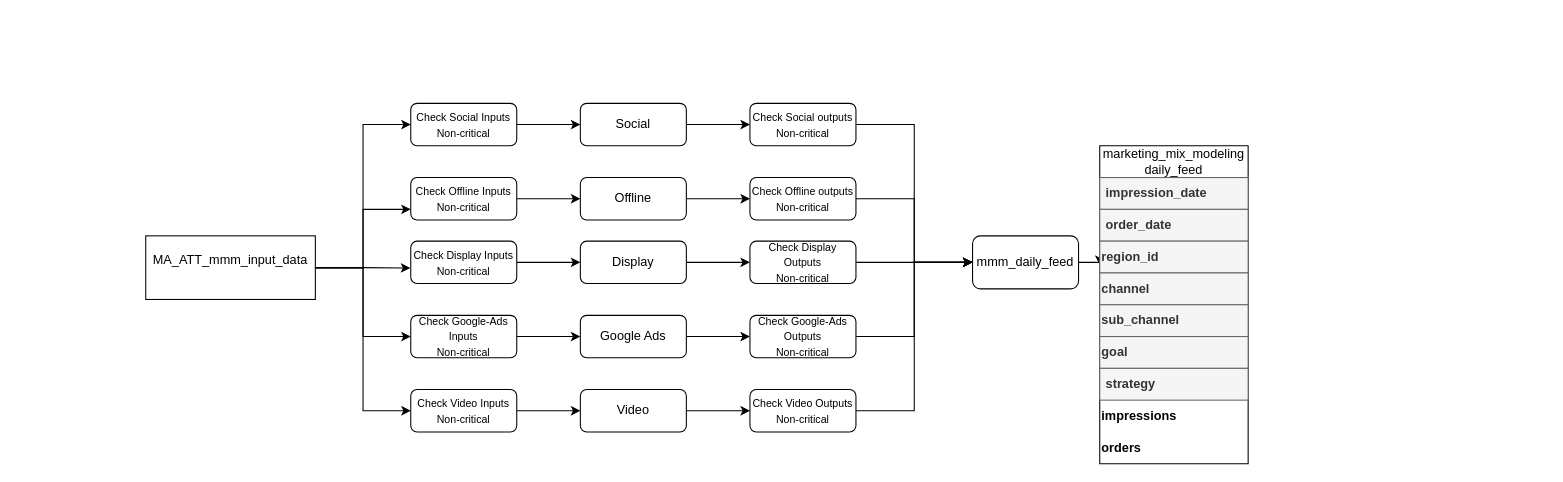
Before: page "Attribution DAG" (6 of 8) of mmm/mmm_dag.drawio in aram-koorn/coolblue-diagrams, a draw.io diagram. Source tidied: cells renumbered, new cells numbered last; positions are measured from the earlier drawing's top-left corner, leaving out a move shared by most shapes. Both pictures are drawn from the tidied source at 106%, with x=0, y=0 at pixel (145, 103).
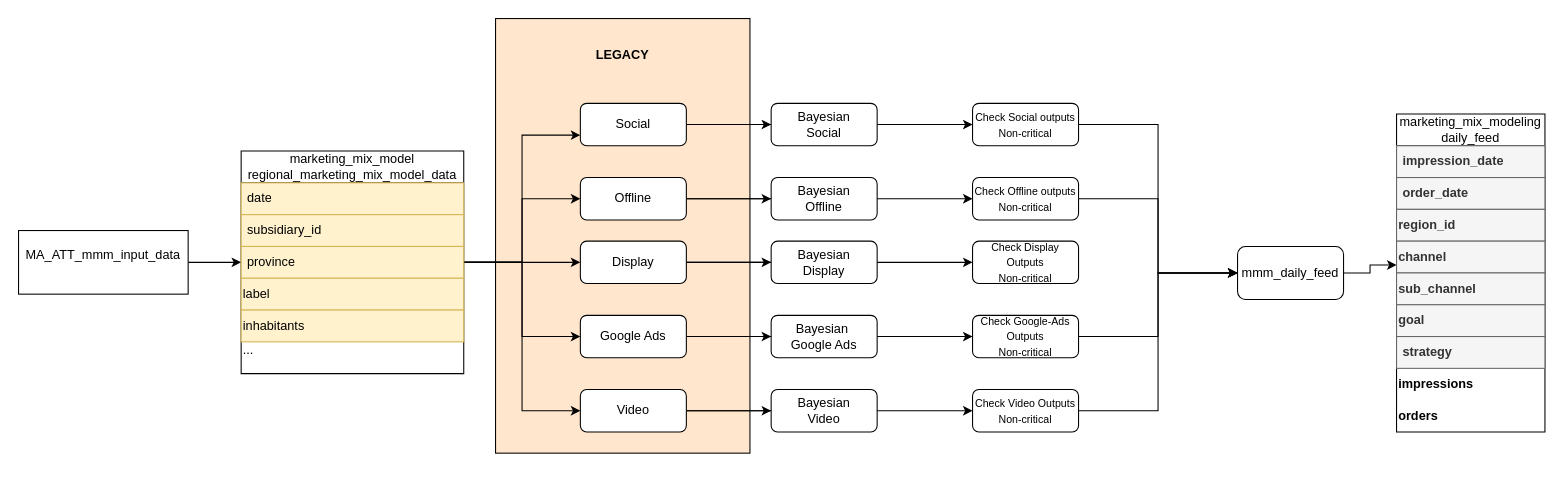
After the change.

The change refers to these unchanged cells:
```xml
<mxCell id="3" value="Social" style="rounded=1;whiteSpace=wrap;html=1;" parent="1" vertex="1">
  <mxGeometry x="410" width="100" height="40" as="geometry" />
</mxCell>
<mxCell id="7" value="Offline" style="rounded=1;whiteSpace=wrap;html=1;" parent="1" vertex="1">
  <mxGeometry x="410" y="70" width="100" height="40" as="geometry" />
</mxCell>
<mxCell id="11" value="Display" style="rounded=1;whiteSpace=wrap;html=1;" parent="1" vertex="1">
  <mxGeometry x="410" y="130" width="100" height="40" as="geometry" />
</mxCell>
<mxCell id="15" value="Google Ads" style="rounded=1;whiteSpace=wrap;html=1;" parent="1" vertex="1">
  <mxGeometry x="410" y="200" width="100" height="40" as="geometry" />
</mxCell>
<mxCell id="19" value="Video" style="rounded=1;whiteSpace=wrap;html=1;" parent="1" vertex="1">
  <mxGeometry x="410" y="270" width="100" height="40" as="geometry" />
</mxCell>
<mxCell id="43" value="region_id" style="text;html=1;align=left;verticalAlign=middle;whiteSpace=wrap;rounded=0;fillColor=#f5f5f5;strokeColor=#666666;fontStyle=1;fontColor=#333333;" parent="40" vertex="1">
  <mxGeometry y="90" width="140" height="30" as="geometry" />
</mxCell>
<mxCell id="44" value="channel" style="text;html=1;align=left;verticalAlign=middle;whiteSpace=wrap;rounded=0;fillColor=#f5f5f5;strokeColor=#666666;fontStyle=1;fontColor=#333333;" parent="40" vertex="1">
  <mxGeometry y="120" width="140" height="30" as="geometry" />
</mxCell>
```

Change to the diagram source:
```diff
@@
+    <mxCell id="50" style="rounded=0;whiteSpace=wrap;html=1;fillColor=#FFE6CC;" parent="1" vertex="1">
+      <mxGeometry x="330" y="-80" width="240" height="410" as="geometry" />
+    </mxCell>
@@
+    <mxCell id="51" style="edgeStyle=orthogonalEdgeStyle;rounded=0;jettySize=auto;html=1;exitX=1;exitY=0.5;exitDx=0;exitDy=0;entryX=0;entryY=0.5;entryDx=0;entryDy=0;" parent="1" edge="1" source="3" target="70">
+      <mxGeometry relative="1" as="geometry" />
+    </mxCell>
@@
-    <mxCell id="4" style="edgeStyle=orthogonalEdgeStyle;rounded=0;jettySize=auto;html=1;exitX=1;exitY=0.5;exitDx=0;exitDy=0;" parent="1" edge="1" source="5" target="3">
-      <mxGeometry relative="1" as="geometry" />
-    </mxCell>
-    <mxCell id="5" value="&lt;font style=&quot;font-size: 10px;&quot;&gt;Check Social Inputs&lt;/font&gt;&lt;div&gt;&lt;font style=&quot;font-size: 10px;&quot;&gt;Non-critical&lt;/font&gt;&lt;/div&gt;" style="rounded=1;whiteSpace=wrap;html=1;" parent="1" vertex="1">
-      <mxGeometry x="250" width="100" height="40" as="geometry" />
-    </mxCell>
@@
+    <mxCell id="52" style="edgeStyle=orthogonalEdgeStyle;rounded=0;jettySize=auto;html=1;exitX=1;exitY=0.5;exitDx=0;exitDy=0;" parent="1" edge="1" source="7">
+      <mxGeometry relative="1" as="geometry">
+        <mxPoint x="590" y="90" as="targetPoint" />
+      </mxGeometry>
+    </mxCell>
@@
-    <mxCell id="8" style="edgeStyle=orthogonalEdgeStyle;rounded=0;jettySize=auto;html=1;exitX=1;exitY=0.5;exitDx=0;exitDy=0;" parent="1" edge="1" source="9" target="7">
-      <mxGeometry relative="1" as="geometry" />
-    </mxCell>
-    <mxCell id="9" value="&lt;font style=&quot;font-size: 10px;&quot;&gt;Check Offline Inputs&lt;/font&gt;&lt;div&gt;&lt;font style=&quot;font-size: 10px;&quot;&gt;Non-critical&lt;/font&gt;&lt;/div&gt;" style="rounded=1;whiteSpace=wrap;html=1;" parent="1" vertex="1">
-      <mxGeometry x="250" y="70" width="100" height="40" as="geometry" />
-    </mxCell>
@@
+    <mxCell id="53" style="edgeStyle=orthogonalEdgeStyle;rounded=0;jettySize=auto;html=1;exitX=1;exitY=0.5;exitDx=0;exitDy=0;entryX=0;entryY=0.5;entryDx=0;entryDy=0;" parent="1" edge="1" source="11" target="72">
+      <mxGeometry relative="1" as="geometry" />
+    </mxCell>
@@
-    <mxCell id="12" style="edgeStyle=orthogonalEdgeStyle;rounded=0;jettySize=auto;html=1;exitX=1;exitY=0.5;exitDx=0;exitDy=0;" parent="1" edge="1" source="13" target="11">
-      <mxGeometry relative="1" as="geometry" />
-    </mxCell>
-    <mxCell id="13" value="&lt;font style=&quot;font-size: 10px;&quot;&gt;Check Display Inputs&lt;/font&gt;&lt;div&gt;&lt;font style=&quot;font-size: 10px;&quot;&gt;Non-critical&lt;/font&gt;&lt;/div&gt;" style="rounded=1;whiteSpace=wrap;html=1;" parent="1" vertex="1">
-      <mxGeometry x="250" y="130" width="100" height="40" as="geometry" />
-    </mxCell>
@@
+    <mxCell id="54" style="edgeStyle=orthogonalEdgeStyle;rounded=0;jettySize=auto;html=1;exitX=1;exitY=0.5;exitDx=0;exitDy=0;entryX=0;entryY=0.5;entryDx=0;entryDy=0;" parent="1" edge="1" source="15" target="73">
+      <mxGeometry relative="1" as="geometry" />
+    </mxCell>
@@
-    <mxCell id="16" style="edgeStyle=orthogonalEdgeStyle;rounded=0;jettySize=auto;html=1;exitX=1;exitY=0.5;exitDx=0;exitDy=0;" parent="1" edge="1" source="17" target="15">
-      <mxGeometry relative="1" as="geometry" />
-    </mxCell>
-    <mxCell id="17" value="&lt;font style=&quot;font-size: 10px;&quot;&gt;Check Google-Ads Inputs&lt;/font&gt;&lt;div&gt;&lt;font style=&quot;font-size: 10px;&quot;&gt;Non-critical&lt;/font&gt;&lt;/div&gt;" style="rounded=1;whiteSpace=wrap;html=1;" parent="1" vertex="1">
-      <mxGeometry x="250" y="200" width="100" height="40" as="geometry" />
-    </mxCell>
@@
+    <mxCell id="55" style="edgeStyle=orthogonalEdgeStyle;rounded=0;jettySize=auto;html=1;exitX=1;exitY=0.5;exitDx=0;exitDy=0;" parent="1" edge="1" source="19" target="74">
+      <mxGeometry relative="1" as="geometry" />
+    </mxCell>
@@
-    <mxCell id="20" style="edgeStyle=orthogonalEdgeStyle;rounded=0;jettySize=auto;html=1;exitX=1;exitY=0.5;exitDx=0;exitDy=0;" parent="1" edge="1" source="21" target="19">
-      <mxGeometry relative="1" as="geometry" />
-    </mxCell>
-    <mxCell id="21" value="&lt;font style=&quot;font-size: 10px;&quot;&gt;Check Video Inputs&lt;/font&gt;&lt;div&gt;&lt;font style=&quot;font-size: 10px;&quot;&gt;Non-critical&lt;/font&gt;&lt;/div&gt;" style="rounded=1;whiteSpace=wrap;html=1;" parent="1" vertex="1">
-      <mxGeometry x="250" y="270" width="100" height="40" as="geometry" />
-    </mxCell>
@@
     <mxCell id="23" value="&lt;font style=&quot;font-size: 10px;&quot;&gt;Check Social outputs&lt;/font&gt;&lt;div&gt;&lt;font style=&quot;font-size: 10px;&quot;&gt;Non-critical&lt;/font&gt;&lt;/div&gt;" style="rounded=1;whiteSpace=wrap;html=1;" parent="1" vertex="1">
-      <mxGeometry x="570" width="100" height="40" as="geometry" />
+      <mxGeometry x="780" width="100" height="40" as="geometry" />
     </mxCell>
@@
     <mxCell id="25" value="&lt;font style=&quot;font-size: 10px;&quot;&gt;Check Offline outputs&lt;/font&gt;&lt;div&gt;&lt;font style=&quot;font-size: 10px;&quot;&gt;Non-critical&lt;/font&gt;&lt;/div&gt;" style="rounded=1;whiteSpace=wrap;html=1;" parent="1" vertex="1">
-      <mxGeometry x="570" y="70" width="100" height="40" as="geometry" />
+      <mxGeometry x="780" y="70" width="100" height="40" as="geometry" />
     </mxCell>
-    <mxCell id="26" style="edgeStyle=orthogonalEdgeStyle;rounded=0;jettySize=auto;html=1;exitX=1;exitY=0.5;exitDx=0;exitDy=0;" parent="1" edge="1" source="27">
-      <mxGeometry relative="1" as="geometry">
-        <mxPoint x="780" y="149.8" as="targetPoint" />
-      </mxGeometry>
-    </mxCell>
     <mxCell id="27" value="&lt;font style=&quot;font-size: 10px;&quot;&gt;Check Display Outputs&lt;/font&gt;&lt;div&gt;&lt;font style=&quot;font-size: 10px;&quot;&gt;Non-critical&lt;/font&gt;&lt;/div&gt;" style="rounded=1;whiteSpace=wrap;html=1;" parent="1" vertex="1">
-      <mxGeometry x="570" y="130" width="100" height="40" as="geometry" />
+      <mxGeometry x="780" y="130" width="100" height="40" as="geometry" />
     </mxCell>
@@
     <mxCell id="29" value="&lt;font style=&quot;font-size: 10px;&quot;&gt;Check Google-Ads Outputs&lt;/font&gt;&lt;div&gt;&lt;font style=&quot;font-size: 10px;&quot;&gt;Non-critical&lt;/font&gt;&lt;/div&gt;" style="rounded=1;whiteSpace=wrap;html=1;" parent="1" vertex="1">
-      <mxGeometry x="570" y="200" width="100" height="40" as="geometry" />
+      <mxGeometry x="780" y="200" width="100" height="40" as="geometry" />
     </mxCell>
@@
     <mxCell id="31" value="&lt;font style=&quot;font-size: 10px;&quot;&gt;Check Video Outputs&lt;/font&gt;&lt;div&gt;&lt;font style=&quot;font-size: 10px;&quot;&gt;Non-critical&lt;/font&gt;&lt;/div&gt;" style="rounded=1;whiteSpace=wrap;html=1;" parent="1" vertex="1">
-      <mxGeometry x="570" y="270" width="100" height="40" as="geometry" />
+      <mxGeometry x="780" y="270" width="100" height="40" as="geometry" />
     </mxCell>
-    <mxCell id="32" style="edgeStyle=orthogonalEdgeStyle;rounded=0;jettySize=auto;html=1;exitX=1;exitY=0.5;exitDx=0;exitDy=0;entryX=0;entryY=0.75;entryDx=0;entryDy=0;" parent="1" edge="1" source="33" target="43">
-      <mxGeometry relative="1" as="geometry" />
-    </mxCell>
+    <mxCell id="56" style="edgeStyle=orthogonalEdgeStyle;rounded=0;jettySize=auto;html=1;exitX=1;exitY=0.5;exitDx=0;exitDy=0;entryX=0;entryY=0.75;entryDx=0;entryDy=0;" parent="1" edge="1" source="33" target="44">
+      <mxGeometry relative="1" as="geometry" />
+    </mxCell>
     <mxCell id="33" value="mmm_daily_feed" style="rounded=1;whiteSpace=wrap;html=1;" parent="1" vertex="1">
-      <mxGeometry x="780" y="125" width="100" height="50" as="geometry" />
+      <mxGeometry x="1030" y="135" width="100" height="50" as="geometry" />
     </mxCell>
-    <mxCell id="34" style="edgeStyle=orthogonalEdgeStyle;rounded=0;jettySize=auto;html=1;entryX=0;entryY=0.5;entryDx=0;entryDy=0;" parent="1" edge="1" source="38" target="5">
-      <mxGeometry relative="1" as="geometry" />
-    </mxCell>
-    <mxCell id="35" style="edgeStyle=orthogonalEdgeStyle;rounded=0;jettySize=auto;html=1;exitX=1;exitY=0.5;exitDx=0;exitDy=0;entryX=0;entryY=0.75;entryDx=0;entryDy=0;" parent="1" edge="1" source="38" target="9">
-      <mxGeometry relative="1" as="geometry" />
-    </mxCell>
-    <mxCell id="36" style="edgeStyle=orthogonalEdgeStyle;rounded=0;jettySize=auto;html=1;entryX=0;entryY=0.5;entryDx=0;entryDy=0;" parent="1" edge="1" source="38" target="17">
-      <mxGeometry relative="1" as="geometry" />
-    </mxCell>
-    <mxCell id="37" style="edgeStyle=orthogonalEdgeStyle;rounded=0;jettySize=auto;html=1;entryX=0;entryY=0.5;entryDx=0;entryDy=0;" parent="1" edge="1" source="38" target="21">
-      <mxGeometry relative="1" as="geometry" />
-    </mxCell>
+    <mxCell id="57" style="edgeStyle=orthogonalEdgeStyle;rounded=0;jettySize=auto;html=1;entryX=0;entryY=0.5;entryDx=0;entryDy=0;" parent="1" edge="1" source="38" target="66">
+      <mxGeometry relative="1" as="geometry" />
+    </mxCell>
     <mxCell id="38" value="MA_ATT_mmm_input_data&lt;div&gt;&lt;br&gt;&lt;/div&gt;" style="rounded=0;whiteSpace=wrap;html=1;" parent="1" vertex="1">
-      <mxGeometry y="125" width="160" height="60" as="geometry" />
+      <mxGeometry x="-120" y="120" width="160" height="60" as="geometry" />
     </mxCell>
-    <mxCell id="39" style="edgeStyle=orthogonalEdgeStyle;rounded=0;jettySize=auto;html=1;entryX=-0.004;entryY=0.634;entryDx=0;entryDy=0;entryPerimeter=0;" parent="1" edge="1" source="38" target="13">
-      <mxGeometry relative="1" as="geometry" />
-    </mxCell>
     <mxCell id="40" value="marketing_mix_modeling&lt;div&gt;daily_feed&lt;/div&gt;" style="swimlane;fontStyle=0;horizontal=1;startSize=30;whiteSpace=wrap;html=1;" parent="1" vertex="1">
-      <mxGeometry x="900" y="40" width="140" height="300" as="geometry" />
+      <mxGeometry x="1180" y="10" width="140" height="300" as="geometry" />
     </mxCell>
@@
+    <mxCell id="58" style="edgeStyle=orthogonalEdgeStyle;rounded=0;jettySize=auto;html=1;exitX=1;exitY=0.5;exitDx=0;exitDy=0;entryX=0;entryY=0.75;entryDx=0;entryDy=0;" parent="1" edge="1" source="63" target="3">
+      <mxGeometry relative="1" as="geometry" />
+    </mxCell>
+    <mxCell id="59" style="edgeStyle=orthogonalEdgeStyle;rounded=0;jettySize=auto;html=1;exitX=1;exitY=0.5;exitDx=0;exitDy=0;" parent="1" edge="1" source="63" target="7">
+      <mxGeometry relative="1" as="geometry" />
+    </mxCell>
+    <mxCell id="60" style="edgeStyle=orthogonalEdgeStyle;rounded=0;jettySize=auto;html=1;exitX=1;exitY=0.5;exitDx=0;exitDy=0;" parent="1" edge="1" source="63" target="11">
+      <mxGeometry relative="1" as="geometry" />
+    </mxCell>
+    <mxCell id="61" style="edgeStyle=orthogonalEdgeStyle;rounded=0;jettySize=auto;html=1;exitX=1;exitY=0.5;exitDx=0;exitDy=0;entryX=0;entryY=0.5;entryDx=0;entryDy=0;" parent="1" edge="1" source="63" target="15">
+      <mxGeometry relative="1" as="geometry" />
+    </mxCell>
+    <mxCell id="62" style="edgeStyle=orthogonalEdgeStyle;rounded=0;jettySize=auto;html=1;exitX=1;exitY=0.5;exitDx=0;exitDy=0;entryX=0;entryY=0.5;entryDx=0;entryDy=0;" parent="1" edge="1" source="63" target="19">
+      <mxGeometry relative="1" as="geometry" />
+    </mxCell>
+    <mxCell id="63" value="marketing_mix_model&lt;div&gt;regional_marketing_mix_model_data&lt;/div&gt;" style="swimlane;fontStyle=0;horizontal=1;startSize=30;whiteSpace=wrap;html=1;" parent="1" vertex="1">
+      <mxGeometry x="90" y="45" width="210" height="210" as="geometry" />
+    </mxCell>
+    <mxCell id="64" value="date" style="text;strokeColor=#d6b656;fillColor=#fff2cc;align=left;verticalAlign=middle;spacingLeft=4;spacingRight=4;overflow=hidden;whiteSpace=wrap;html=1;" parent="63" vertex="1">
+      <mxGeometry y="30" width="210" height="30" as="geometry" />
+    </mxCell>
+    <mxCell id="65" value="subsidiary_id" style="text;strokeColor=#d6b656;fillColor=#fff2cc;align=left;verticalAlign=middle;spacingLeft=4;spacingRight=4;overflow=hidden;whiteSpace=wrap;html=1;" parent="63" vertex="1">
+      <mxGeometry y="60" width="210" height="30" as="geometry" />
+    </mxCell>
+    <mxCell id="66" value="province" style="text;strokeColor=#d6b656;fillColor=#fff2cc;align=left;verticalAlign=middle;spacingLeft=4;spacingRight=4;overflow=hidden;points=[[0,0.5],[1,0.5]];portConstraint=eastwest;whiteSpace=wrap;html=1;" parent="63" vertex="1">
+      <mxGeometry y="90" width="210" height="30" as="geometry" />
+    </mxCell>
+    <mxCell id="67" value="label" style="text;html=1;align=left;verticalAlign=middle;whiteSpace=wrap;rounded=0;fillColor=#fff2cc;strokeColor=#d6b656;" parent="63" vertex="1">
+      <mxGeometry y="120" width="210" height="30" as="geometry" />
+    </mxCell>
+    <mxCell id="68" value="inhabitants" style="text;html=1;align=left;verticalAlign=middle;whiteSpace=wrap;rounded=0;fillColor=#fff2cc;strokeColor=#d6b656;" parent="63" vertex="1">
+      <mxGeometry y="150" width="210" height="30" as="geometry" />
+    </mxCell>
+    <mxCell id="69" value="...&lt;div&gt;&lt;br&gt;&lt;/div&gt;" style="text;html=1;align=left;verticalAlign=middle;whiteSpace=wrap;rounded=0;" parent="63" vertex="1">
+      <mxGeometry y="180" width="210" height="30" as="geometry" />
+    </mxCell>
+    <mxCell id="70" value="&lt;div&gt;Bayesian&lt;/div&gt;&lt;div&gt;Social&lt;/div&gt;" style="rounded=1;whiteSpace=wrap;html=1;" parent="1" vertex="1">
+      <mxGeometry x="590" width="100" height="40" as="geometry" />
+    </mxCell>
+    <mxCell id="71" value="&lt;font style=&quot;font-size: 12px;&quot;&gt;Bayesian&lt;/font&gt;&lt;div&gt;&lt;font style=&quot;font-size: 12px;&quot;&gt;Offline&lt;/font&gt;&lt;/div&gt;" style="rounded=1;whiteSpace=wrap;html=1;" parent="1" vertex="1">
+      <mxGeometry x="590" y="70" width="100" height="40" as="geometry" />
+    </mxCell>
+    <mxCell id="72" value="&lt;font style=&quot;font-size: 12px;&quot;&gt;Bayesian&lt;/font&gt;&lt;div&gt;&lt;font style=&quot;font-size: 12px;&quot;&gt;Display&lt;/font&gt;&lt;/div&gt;" style="rounded=1;whiteSpace=wrap;html=1;" parent="1" vertex="1">
+      <mxGeometry x="590" y="130" width="100" height="40" as="geometry" />
+    </mxCell>
+    <mxCell id="73" value="&lt;font style=&quot;font-size: 12px;&quot;&gt;Bayesian&amp;nbsp;&lt;/font&gt;&lt;div&gt;&lt;font style=&quot;font-size: 12px;&quot;&gt;Google Ads&lt;/font&gt;&lt;/div&gt;" style="rounded=1;whiteSpace=wrap;html=1;" parent="1" vertex="1">
+      <mxGeometry x="590" y="200" width="100" height="40" as="geometry" />
+    </mxCell>
+    <mxCell id="74" value="&lt;font style=&quot;font-size: 12px;&quot;&gt;Bayesian&lt;/font&gt;&lt;div&gt;&lt;font style=&quot;font-size: 12px;&quot;&gt;Video&lt;/font&gt;&lt;/div&gt;" style="rounded=1;whiteSpace=wrap;html=1;" parent="1" vertex="1">
+      <mxGeometry x="590" y="270" width="100" height="40" as="geometry" />
+    </mxCell>
+    <mxCell id="75" value="&lt;b&gt;LEGACY&lt;/b&gt;" style="text;html=1;align=center;verticalAlign=middle;whiteSpace=wrap;rounded=0;" parent="1" vertex="1">
+      <mxGeometry x="420" y="-60" width="60" height="30" as="geometry" />
+    </mxCell>
```
